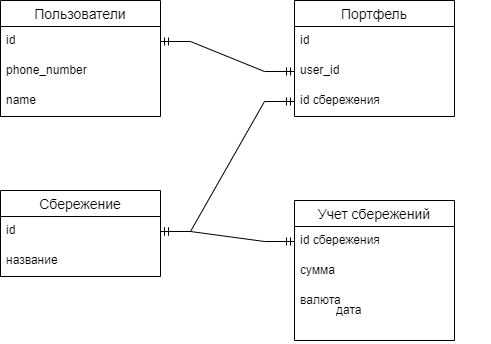
This is schem/db_schem.png from mockingbird12/money_accumulate_bot, a draw.io export, as it was before one commit. Source tidied: cells renumbered, new cells last; positions are measured from the earlier drawing's top-left corner, leaving out a move shared by most shapes. Source of this version:
```xml
<mxGraphModel>
  <root>
    <mxCell id="0" />
    <mxCell id="1" parent="0" />
    <mxCell id="2" value="Пользователи" style="swimlane;fontStyle=0;horizontal=1;startSize=26;align=center;fontSize=14;" parent="1" vertex="1">
      <mxGeometry width="160" height="116" as="geometry" />
    </mxCell>
    <mxCell id="3" value="id&lt;br&gt;" style="text;strokeColor=none;fillColor=none;spacingLeft=4;spacingRight=4;overflow=hidden;points=[[0,0.5],[1,0.5]];portConstraint=eastwest;fontSize=12;whiteSpace=wrap;html=1;" parent="2" vertex="1">
      <mxGeometry y="26" width="160" height="30" as="geometry" />
    </mxCell>
    <mxCell id="4" value="phone_number" style="text;strokeColor=none;fillColor=none;spacingLeft=4;spacingRight=4;overflow=hidden;fontSize=12;whiteSpace=wrap;html=1;" parent="2" vertex="1">
      <mxGeometry y="56" width="160" height="30" as="geometry" />
    </mxCell>
    <mxCell id="5" value="name&lt;br&gt;" style="text;strokeColor=none;fillColor=none;spacingLeft=4;spacingRight=4;overflow=hidden;fontSize=12;whiteSpace=wrap;html=1;" parent="2" vertex="1">
      <mxGeometry y="86" width="160" height="30" as="geometry" />
    </mxCell>
    <mxCell id="6" value="Портфель" style="swimlane;fontStyle=0;horizontal=1;startSize=26;align=center;fontSize=14;" parent="1" vertex="1">
      <mxGeometry x="294" width="160" height="116" as="geometry" />
    </mxCell>
    <mxCell id="7" value="id" style="text;strokeColor=none;fillColor=none;spacingLeft=4;spacingRight=4;overflow=hidden;fontSize=12;whiteSpace=wrap;html=1;" parent="6" vertex="1">
      <mxGeometry y="26" width="160" height="30" as="geometry" />
    </mxCell>
    <mxCell id="8" value="user_id" style="text;strokeColor=none;fillColor=none;spacingLeft=4;spacingRight=4;overflow=hidden;points=[[0,0.5],[1,0.5]];portConstraint=eastwest;fontSize=12;whiteSpace=wrap;html=1;" parent="6" vertex="1">
      <mxGeometry y="56" width="160" height="30" as="geometry" />
    </mxCell>
    <mxCell id="9" value="id сбережения" style="text;strokeColor=none;fillColor=none;spacingLeft=4;spacingRight=4;overflow=hidden;points=[[0,0.5],[1,0.5]];portConstraint=eastwest;fontSize=12;whiteSpace=wrap;html=1;" parent="6" vertex="1">
      <mxGeometry y="86" width="160" height="30" as="geometry" />
    </mxCell>
    <mxCell id="10" value="Сбережение" style="swimlane;fontStyle=0;horizontal=1;startSize=26;align=center;fontSize=14;" parent="1" vertex="1">
      <mxGeometry y="190" width="160" height="86" as="geometry" />
    </mxCell>
    <mxCell id="11" value="id" style="text;strokeColor=none;fillColor=none;spacingLeft=4;spacingRight=4;overflow=hidden;points=[[0,0.5],[1,0.5]];portConstraint=eastwest;fontSize=12;whiteSpace=wrap;html=1;" parent="10" vertex="1">
      <mxGeometry y="26" width="160" height="30" as="geometry" />
    </mxCell>
    <mxCell id="12" value="название" style="text;strokeColor=none;fillColor=none;spacingLeft=4;spacingRight=4;overflow=hidden;fontSize=12;whiteSpace=wrap;html=1;" parent="10" vertex="1">
      <mxGeometry y="56" width="160" height="30" as="geometry" />
    </mxCell>
    <mxCell id="13" value="Учет сбережений" style="swimlane;fontStyle=0;horizontal=1;startSize=26;align=center;fontSize=14;" parent="1" vertex="1">
      <mxGeometry x="294" y="200" width="160" height="140" as="geometry" />
    </mxCell>
    <mxCell id="14" value="id сбережения" style="text;strokeColor=none;fillColor=none;spacingLeft=4;spacingRight=4;overflow=hidden;points=[[0,0.5],[1,0.5]];portConstraint=eastwest;fontSize=12;whiteSpace=wrap;html=1;" parent="13" vertex="1">
      <mxGeometry y="26" width="160" height="30" as="geometry" />
    </mxCell>
    <mxCell id="15" value="сумма&lt;br&gt;" style="text;strokeColor=none;fillColor=none;spacingLeft=4;spacingRight=4;overflow=hidden;fontSize=12;whiteSpace=wrap;html=1;" parent="13" vertex="1">
      <mxGeometry y="56" width="160" height="30" as="geometry" />
    </mxCell>
    <mxCell id="16" value="валюта" style="text;strokeColor=none;fillColor=none;spacingLeft=4;spacingRight=4;overflow=hidden;points=[[0,0.5],[1,0.5]];portConstraint=eastwest;fontSize=12;whiteSpace=wrap;html=1;" parent="13" vertex="1">
      <mxGeometry y="86" width="160" height="54" as="geometry" />
    </mxCell>
    <mxCell id="17" value="дата" style="text;strokeColor=none;fillColor=none;spacingLeft=4;spacingRight=4;overflow=hidden;fontSize=12;whiteSpace=wrap;html=1;" parent="1" vertex="1">
      <mxGeometry x="330" y="296" width="160" height="30" as="geometry" />
    </mxCell>
    <mxCell id="18" style="edgeStyle=entityRelationEdgeStyle;fontSize=12;html=1;endArrow=ERmandOne;startArrow=ERmandOne;rounded=0;entryX=0;entryY=0.5;entryDx=0;entryDy=0;" parent="1" edge="1" source="3" target="8">
      <mxGeometry relative="1" as="geometry" />
    </mxCell>
    <mxCell id="19" style="edgeStyle=entityRelationEdgeStyle;fontSize=12;html=1;endArrow=ERmandOne;startArrow=ERmandOne;rounded=0;entryX=0;entryY=0.5;entryDx=0;entryDy=0;" parent="1" edge="1" source="11" target="9">
      <mxGeometry relative="1" as="geometry" />
    </mxCell>
    <mxCell id="20" style="edgeStyle=entityRelationEdgeStyle;fontSize=12;html=1;endArrow=ERmandOne;startArrow=ERmandOne;rounded=0;exitX=1;exitY=0.5;exitDx=0;exitDy=0;" parent="1" edge="1" source="11" target="14">
      <mxGeometry relative="1" as="geometry" />
    </mxCell>
  </root>
</mxGraphModel>
```
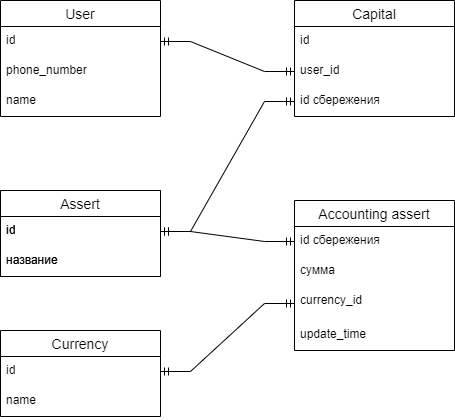
After the commit.

Commit message:
Добавил поля дата изменений в таблицу учета активов. Переименовал переменные/классы. Изменил схему.

What changed in the source:
```diff
@@ -2,7 +2,7 @@
   <root>
     <mxCell id="0" />
     <mxCell id="1" parent="0" />
-    <mxCell id="2" value="Пользователи" style="swimlane;fontStyle=0;horizontal=1;startSize=26;align=center;fontSize=14;" parent="1" vertex="1">
+    <mxCell id="2" value="User" style="swimlane;fontStyle=0;horizontal=1;startSize=26;align=center;fontSize=14;" parent="1" vertex="1">
       <mxGeometry width="160" height="116" as="geometry" />
     </mxCell>
     <mxCell id="3" value="id&lt;br&gt;" style="text;strokeColor=none;fillColor=none;spacingLeft=4;spacingRight=4;overflow=hidden;points=[[0,0.5],[1,0.5]];portConstraint=eastwest;fontSize=12;whiteSpace=wrap;html=1;" parent="2" vertex="1">
@@ -14,7 +14,7 @@
     <mxCell id="5" value="name&lt;br&gt;" style="text;strokeColor=none;fillColor=none;spacingLeft=4;spacingRight=4;overflow=hidden;fontSize=12;whiteSpace=wrap;html=1;" parent="2" vertex="1">
       <mxGeometry y="86" width="160" height="30" as="geometry" />
     </mxCell>
-    <mxCell id="6" value="Портфель" style="swimlane;fontStyle=0;horizontal=1;startSize=26;align=center;fontSize=14;" parent="1" vertex="1">
+    <mxCell id="6" value="Capital" style="swimlane;fontStyle=0;horizontal=1;startSize=26;align=center;fontSize=14;" parent="1" vertex="1">
       <mxGeometry x="294" width="160" height="116" as="geometry" />
     </mxCell>
     <mxCell id="7" value="id" style="text;strokeColor=none;fillColor=none;spacingLeft=4;spacingRight=4;overflow=hidden;fontSize=12;whiteSpace=wrap;html=1;" parent="6" vertex="1">
@@ -26,7 +26,7 @@
     <mxCell id="9" value="id сбережения" style="text;strokeColor=none;fillColor=none;spacingLeft=4;spacingRight=4;overflow=hidden;points=[[0,0.5],[1,0.5]];portConstraint=eastwest;fontSize=12;whiteSpace=wrap;html=1;" parent="6" vertex="1">
       <mxGeometry y="86" width="160" height="30" as="geometry" />
     </mxCell>
-    <mxCell id="10" value="Сбережение" style="swimlane;fontStyle=0;horizontal=1;startSize=26;align=center;fontSize=14;" parent="1" vertex="1">
+    <mxCell id="10" value="Assert" style="swimlane;fontStyle=0;horizontal=1;startSize=26;align=center;fontSize=14;" parent="1" vertex="1">
       <mxGeometry y="190" width="160" height="86" as="geometry" />
     </mxCell>
     <mxCell id="11" value="id" style="text;strokeColor=none;fillColor=none;spacingLeft=4;spacingRight=4;overflow=hidden;points=[[0,0.5],[1,0.5]];portConstraint=eastwest;fontSize=12;whiteSpace=wrap;html=1;" parent="10" vertex="1">
@@ -35,8 +35,8 @@
     <mxCell id="12" value="название" style="text;strokeColor=none;fillColor=none;spacingLeft=4;spacingRight=4;overflow=hidden;fontSize=12;whiteSpace=wrap;html=1;" parent="10" vertex="1">
       <mxGeometry y="56" width="160" height="30" as="geometry" />
     </mxCell>
-    <mxCell id="13" value="Учет сбережений" style="swimlane;fontStyle=0;horizontal=1;startSize=26;align=center;fontSize=14;" parent="1" vertex="1">
-      <mxGeometry x="294" y="200" width="160" height="140" as="geometry" />
+    <mxCell id="13" value="Accounting assert" style="swimlane;fontStyle=0;horizontal=1;startSize=26;align=center;fontSize=14;" parent="1" vertex="1">
+      <mxGeometry x="294" y="200" width="160" height="150" as="geometry" />
     </mxCell>
     <mxCell id="14" value="id сбережения" style="text;strokeColor=none;fillColor=none;spacingLeft=4;spacingRight=4;overflow=hidden;points=[[0,0.5],[1,0.5]];portConstraint=eastwest;fontSize=12;whiteSpace=wrap;html=1;" parent="13" vertex="1">
       <mxGeometry y="26" width="160" height="30" as="geometry" />
@@ -44,11 +44,11 @@
     <mxCell id="15" value="сумма&lt;br&gt;" style="text;strokeColor=none;fillColor=none;spacingLeft=4;spacingRight=4;overflow=hidden;fontSize=12;whiteSpace=wrap;html=1;" parent="13" vertex="1">
       <mxGeometry y="56" width="160" height="30" as="geometry" />
     </mxCell>
-    <mxCell id="16" value="валюта" style="text;strokeColor=none;fillColor=none;spacingLeft=4;spacingRight=4;overflow=hidden;points=[[0,0.5],[1,0.5]];portConstraint=eastwest;fontSize=12;whiteSpace=wrap;html=1;" parent="13" vertex="1">
-      <mxGeometry y="86" width="160" height="54" as="geometry" />
+    <mxCell id="16" value="currency_id" style="text;strokeColor=none;fillColor=none;spacingLeft=4;spacingRight=4;overflow=hidden;points=[[0,0.5],[1,0.5]];portConstraint=eastwest;fontSize=12;whiteSpace=wrap;html=1;" parent="13" vertex="1">
+      <mxGeometry y="86" width="160" height="34" as="geometry" />
     </mxCell>
-    <mxCell id="17" value="дата" style="text;strokeColor=none;fillColor=none;spacingLeft=4;spacingRight=4;overflow=hidden;fontSize=12;whiteSpace=wrap;html=1;" parent="1" vertex="1">
-      <mxGeometry x="330" y="296" width="160" height="30" as="geometry" />
+    <mxCell id="17" value="update_time" style="text;strokeColor=none;fillColor=none;spacingLeft=4;spacingRight=4;overflow=hidden;fontSize=12;whiteSpace=wrap;html=1;" parent="13" vertex="1">
+      <mxGeometry y="120" width="160" height="30" as="geometry" />
     </mxCell>
     <mxCell id="18" style="edgeStyle=entityRelationEdgeStyle;fontSize=12;html=1;endArrow=ERmandOne;startArrow=ERmandOne;rounded=0;entryX=0;entryY=0.5;entryDx=0;entryDy=0;" parent="1" edge="1" source="3" target="8">
       <mxGeometry relative="1" as="geometry" />
@@ -59,5 +59,26 @@
     <mxCell id="20" style="edgeStyle=entityRelationEdgeStyle;fontSize=12;html=1;endArrow=ERmandOne;startArrow=ERmandOne;rounded=0;exitX=1;exitY=0.5;exitDx=0;exitDy=0;" parent="1" edge="1" source="11" target="14">
       <mxGeometry relative="1" as="geometry" />
     </mxCell>
+    <mxCell id="21" value="Assert" style="swimlane;fontStyle=0;horizontal=1;startSize=26;align=center;fontSize=14;" parent="1" vertex="1">
+      <mxGeometry y="190" width="160" height="86" as="geometry" />
+    </mxCell>
+    <mxCell id="22" value="id" style="text;strokeColor=none;fillColor=none;spacingLeft=4;spacingRight=4;overflow=hidden;fontSize=12;whiteSpace=wrap;html=1;" parent="21" vertex="1">
+      <mxGeometry y="26" width="160" height="30" as="geometry" />
+    </mxCell>
+    <mxCell id="23" value="название" style="text;strokeColor=none;fillColor=none;spacingLeft=4;spacingRight=4;overflow=hidden;fontSize=12;whiteSpace=wrap;html=1;" parent="21" vertex="1">
+      <mxGeometry y="56" width="160" height="30" as="geometry" />
+    </mxCell>
+    <mxCell id="24" value="Currency" style="swimlane;fontStyle=0;horizontal=1;startSize=26;align=center;fontSize=14;" parent="1" vertex="1">
+      <mxGeometry y="330" width="160" height="86" as="geometry" />
+    </mxCell>
+    <mxCell id="25" value="id" style="text;strokeColor=none;fillColor=none;spacingLeft=4;spacingRight=4;overflow=hidden;points=[[0,0.5],[1,0.5]];portConstraint=eastwest;fontSize=12;whiteSpace=wrap;html=1;" parent="24" vertex="1">
+      <mxGeometry y="26" width="160" height="30" as="geometry" />
+    </mxCell>
+    <mxCell id="26" value="name" style="text;strokeColor=none;fillColor=none;spacingLeft=4;spacingRight=4;overflow=hidden;fontSize=12;whiteSpace=wrap;html=1;" parent="24" vertex="1">
+      <mxGeometry y="56" width="160" height="30" as="geometry" />
+    </mxCell>
+    <mxCell id="27" style="edgeStyle=entityRelationEdgeStyle;fontSize=12;html=1;endArrow=ERmandOne;startArrow=ERmandOne;rounded=0;exitX=1;exitY=0.5;exitDx=0;exitDy=0;" parent="1" edge="1" source="25" target="16">
+      <mxGeometry relative="1" as="geometry" />
+    </mxCell>
   </root>
 </mxGraphModel>
```
